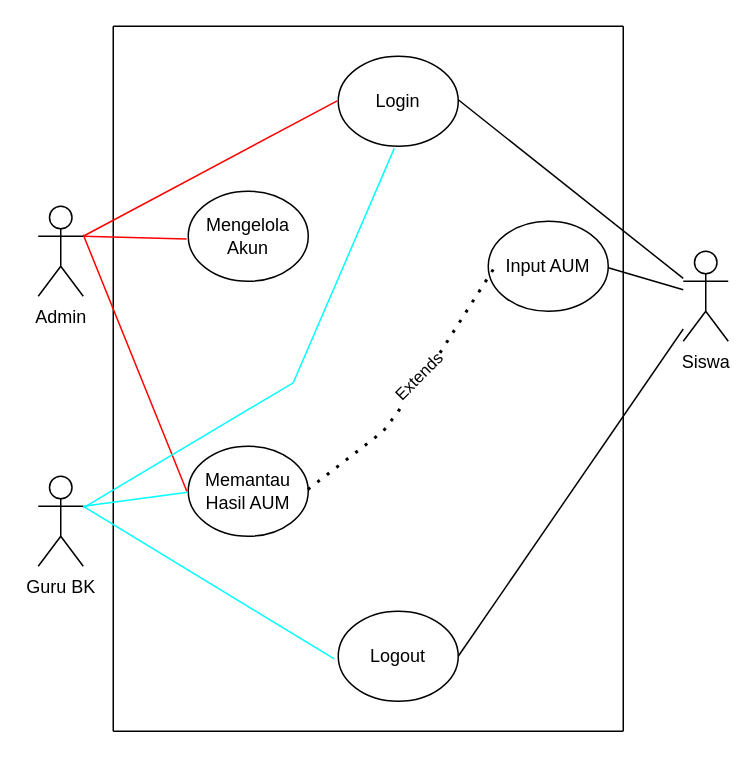
This is High-Level/AUM/Use Case.drawio from Fyonietz/Project-Architectures, a draw.io file, before an edit. Source tidied: cells renumbered, new cells numbered last; positions are measured from the earlier drawing's top-left corner, leaving out a move shared by most shapes. Both pictures are drawn from the tidied source at 150%, with x=0, y=0 at pixel (38, 26).
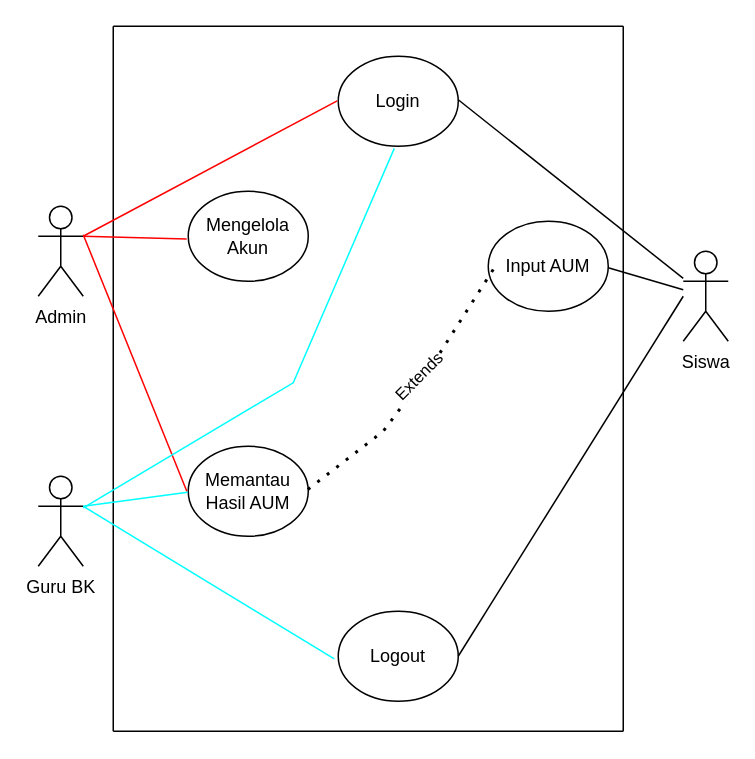
The same page after the edit.

Commit message (it also covers changes not shown here):
Üpdate AUM

The change refers to these unchanged cells:
```xml
<mxCell id="4" value="Siswa" style="shape=umlActor;verticalLabelPosition=bottom;verticalAlign=top;html=1;outlineConnect=0;" parent="1" vertex="1">
  <mxGeometry x="430" y="150" width="30" height="60" as="geometry" />
</mxCell>
```

Change to the diagram source:
```diff
@@
-    <mxCell id="24" style="endArrow=none;html=1;rounded=0;" parent="1" edge="1" source="4">
+    <mxCell id="24" style="endArrow=none;html=1;rounded=0;" parent="1" edge="1">
       <mxGeometry relative="1" as="geometry">
+        <mxPoint x="430" y="180" as="sourcePoint" />
         <mxPoint x="280" y="420" as="targetPoint" />
       </mxGeometry>
     </mxCell>
```
